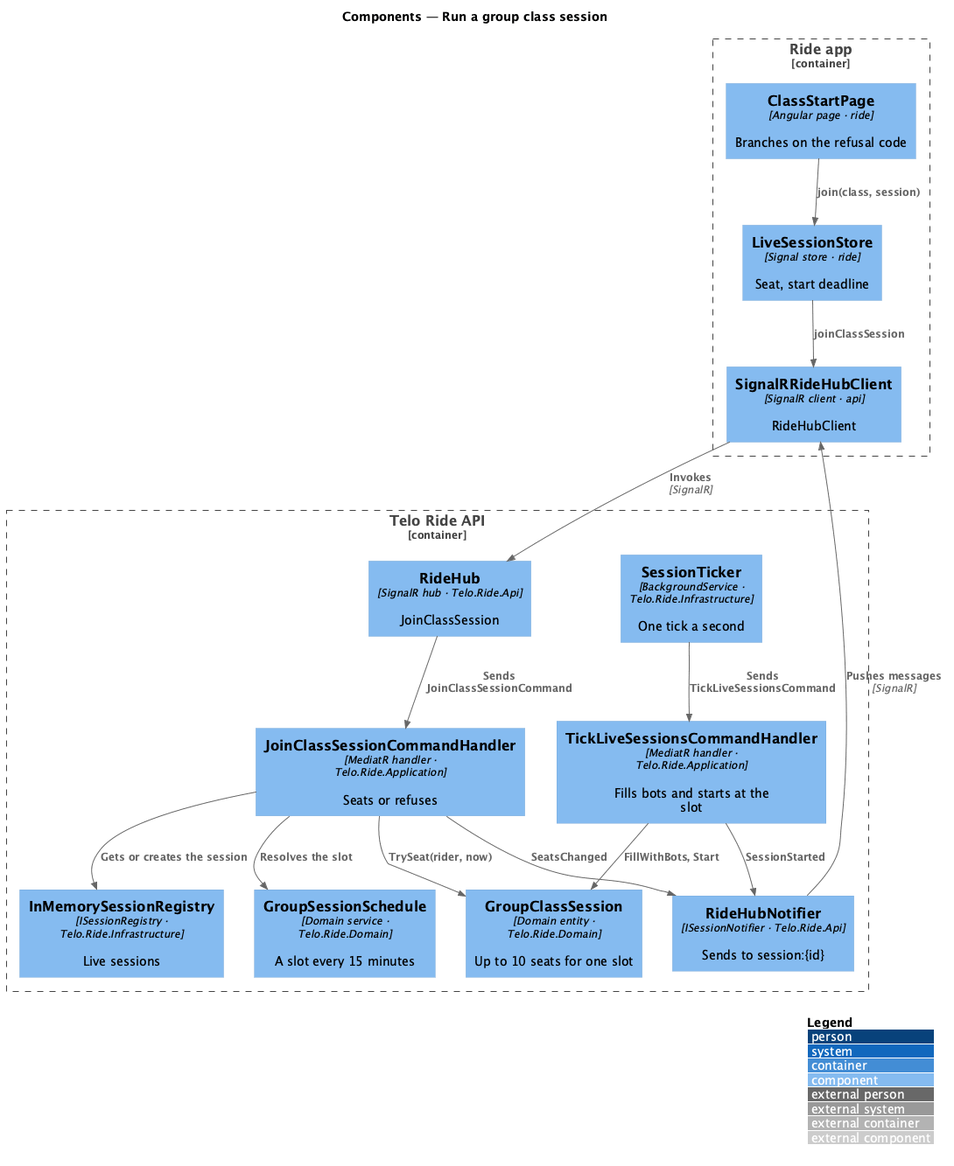
This is docs/detailed-designs/multiplayer/run-a-group-class-session/diagrams/c4-component.png from QuinntyneBrown/wattzup, a PlantUML export, as it was before one commit.
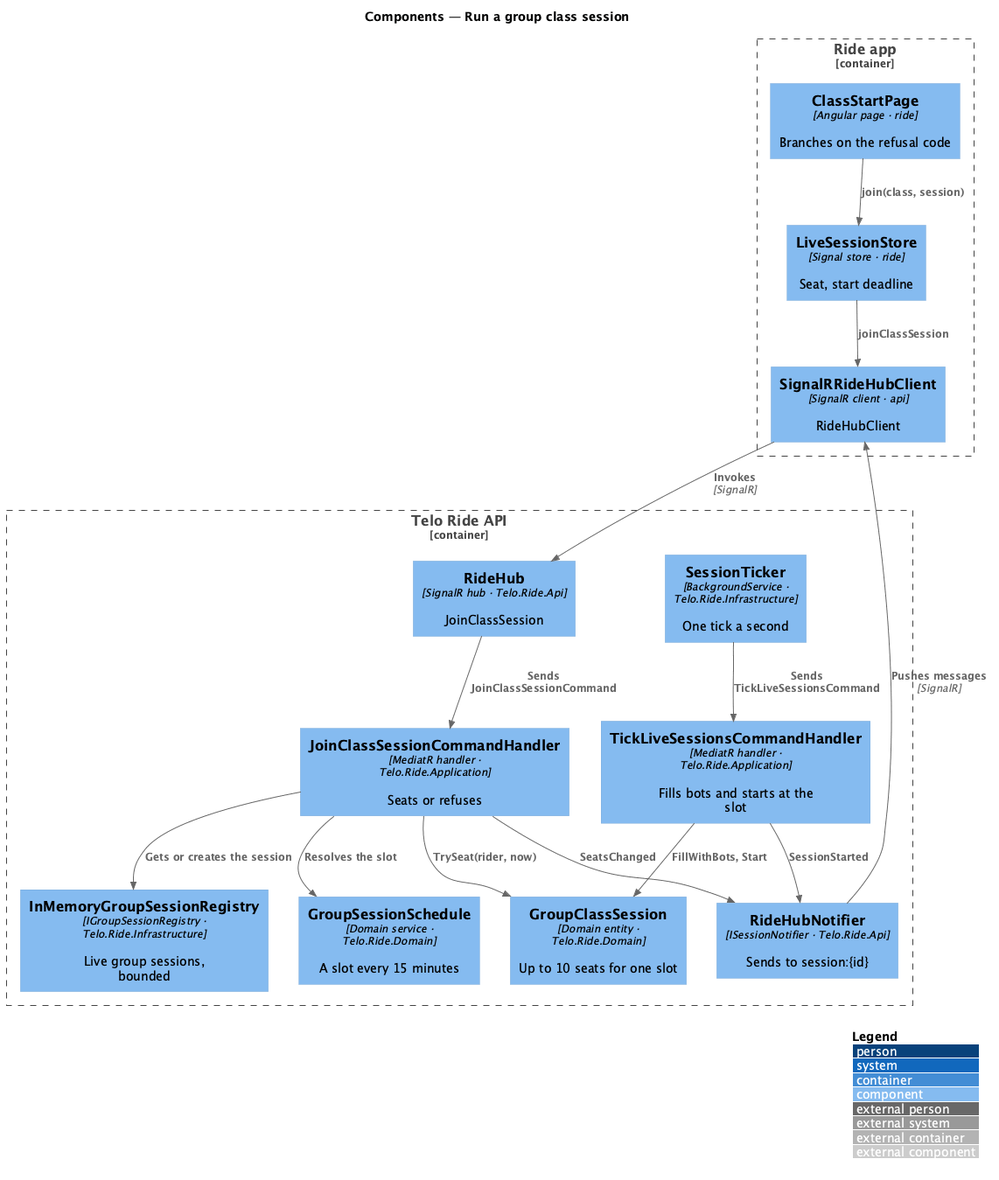
Later version of the same file.

What changed in the source:
```diff
@@ -15,7 +15,7 @@
   Component(session, "GroupClassSession", "Domain entity · Telo.Ride.Domain", "Up to 10 seats for one slot")
   Component(tick, "TickLiveSessionsCommandHandler", "MediatR handler · Telo.Ride.Application", "Fills bots and starts at the slot")
   Component(ticker, "SessionTicker", "BackgroundService · Telo.Ride.Infrastructure", "One tick a second")
-  Component(registry, "InMemorySessionRegistry", "ISessionRegistry · Telo.Ride.Infrastructure", "Live sessions")
+  Component(registry, "InMemoryGroupSessionRegistry", "IGroupSessionRegistry · Telo.Ride.Infrastructure", "Live group sessions, bounded")
   Component(notifier, "RideHubNotifier", "ISessionNotifier · Telo.Ride.Api", "Sends to session:{id}")
 }
 Rel(page, store, "join(class, session)")
```
